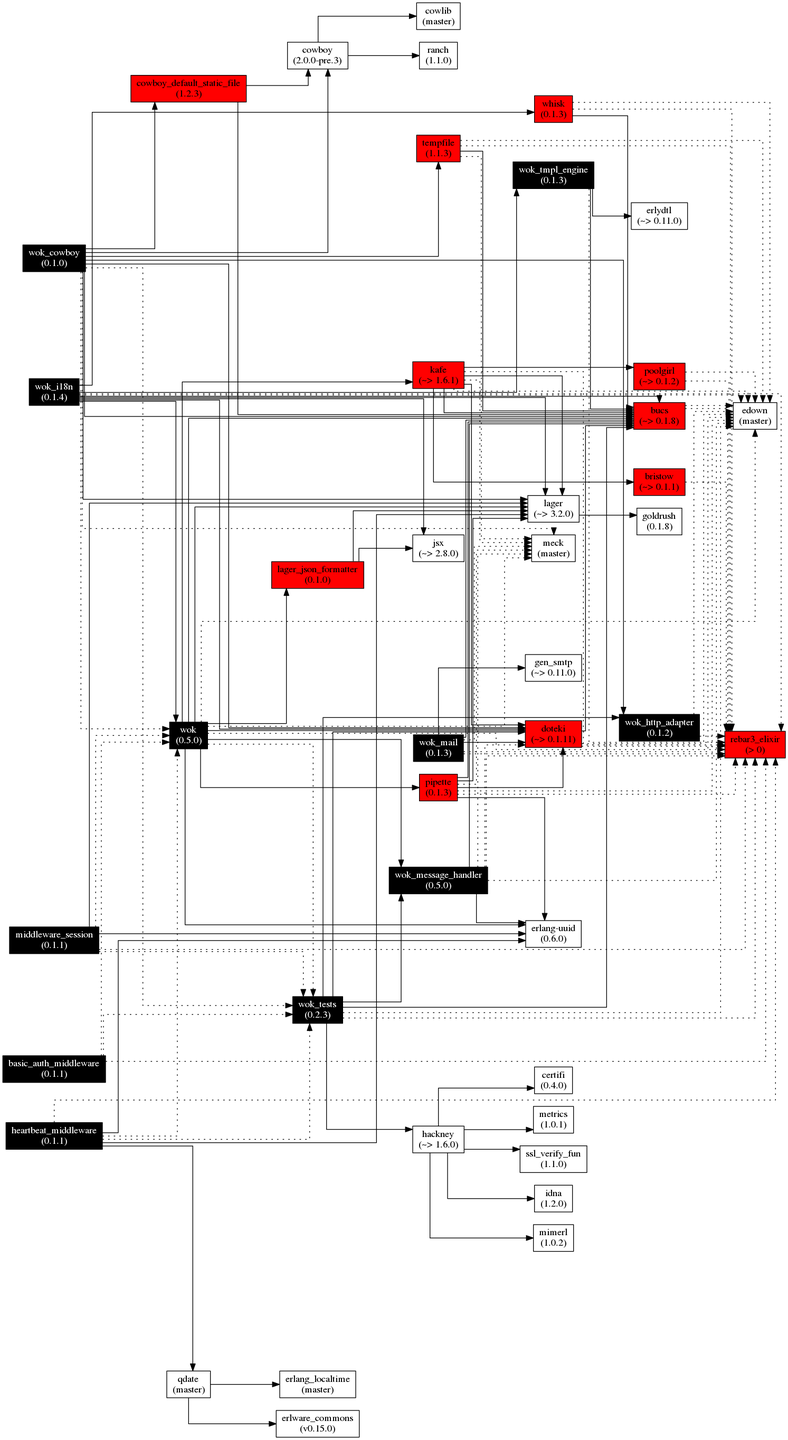
This is doc/images/wok.deps.png from botsunit/wok, a Graphviz export, as it was before one commit. Its source is kept beside it as images/wok.deps.gv.
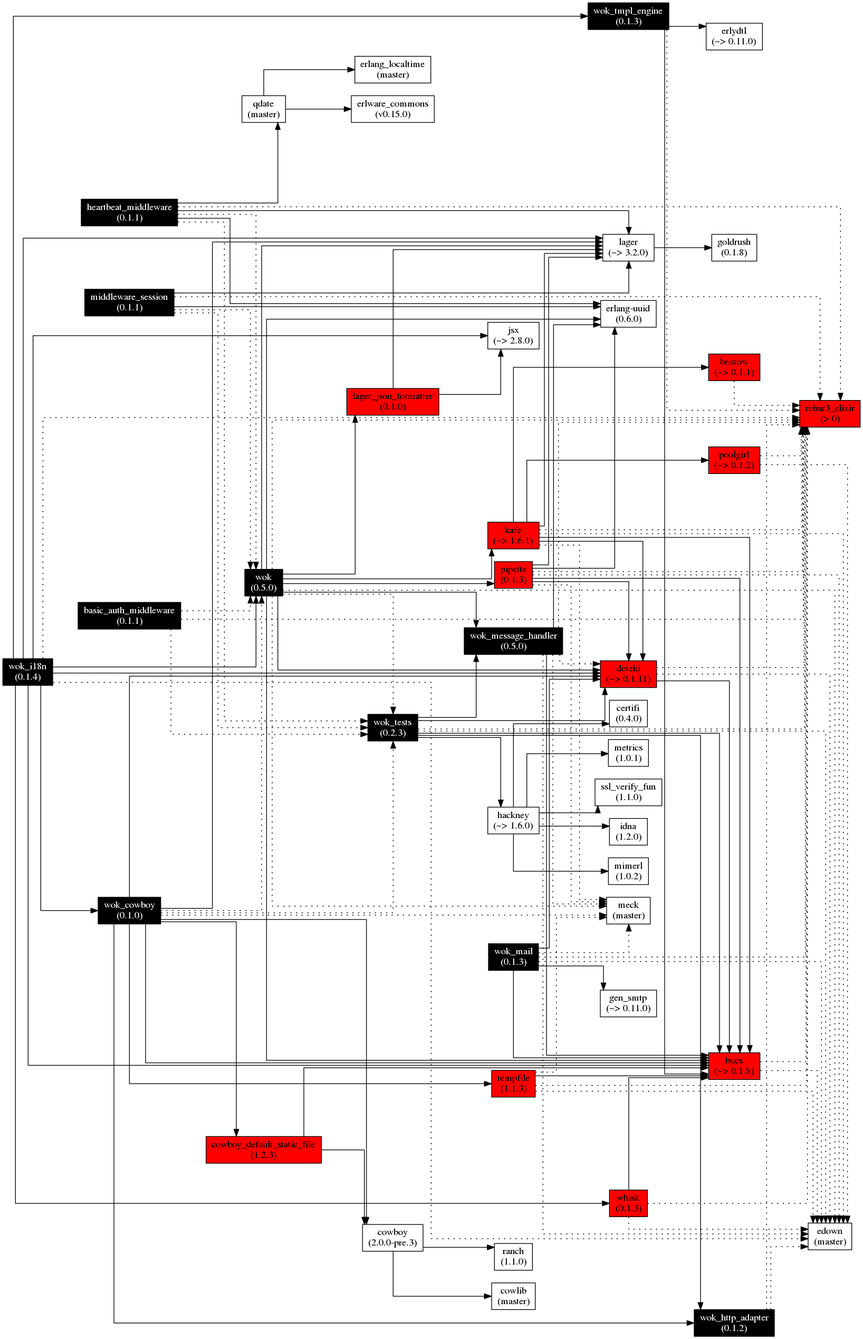
Above is the later version.

Diff of the diagram source:
```diff
@@ -27,8 +27,8 @@
   middleware_session[label="middleware_session\n(0.1.1)", fontcolor="white", style="filled", fillcolor="black"];
   heartbeat_middleware[label="heartbeat_middleware\n(0.1.1)", fontcolor="white", style="filled", fillcolor="black"];
   basic_auth_middleware[label="basic_auth_middleware\n(0.1.1)", fontcolor="white", style="filled", fillcolor="black"];
+  wok_cowboy[label="wok_cowboy\n(0.1.0)", fontcolor="white", style="filled", fillcolor="black"];
   wok_i18n[label="wok_i18n\n(0.1.4)", fontcolor="white", style="filled", fillcolor="black"];
-  wok_cowboy[label="wok_cowboy\n(0.1.0)", fontcolor="white", style="filled", fillcolor="black"];
 
   lager[label="lager\n(~> 3.2.0)"];
   cowboy[label="cowboy\n(2.0.0-pre.3)"];
@@ -158,6 +158,7 @@
   wok_i18n -> wok;
   wok_i18n -> bucs;
   wok_i18n -> doteki;
+  wok_i18n -> wok_cowboy;
   wok_i18n -> edown[style=dotted];
   wok_i18n -> rebar3_elixir[style=dotted];
 
```
